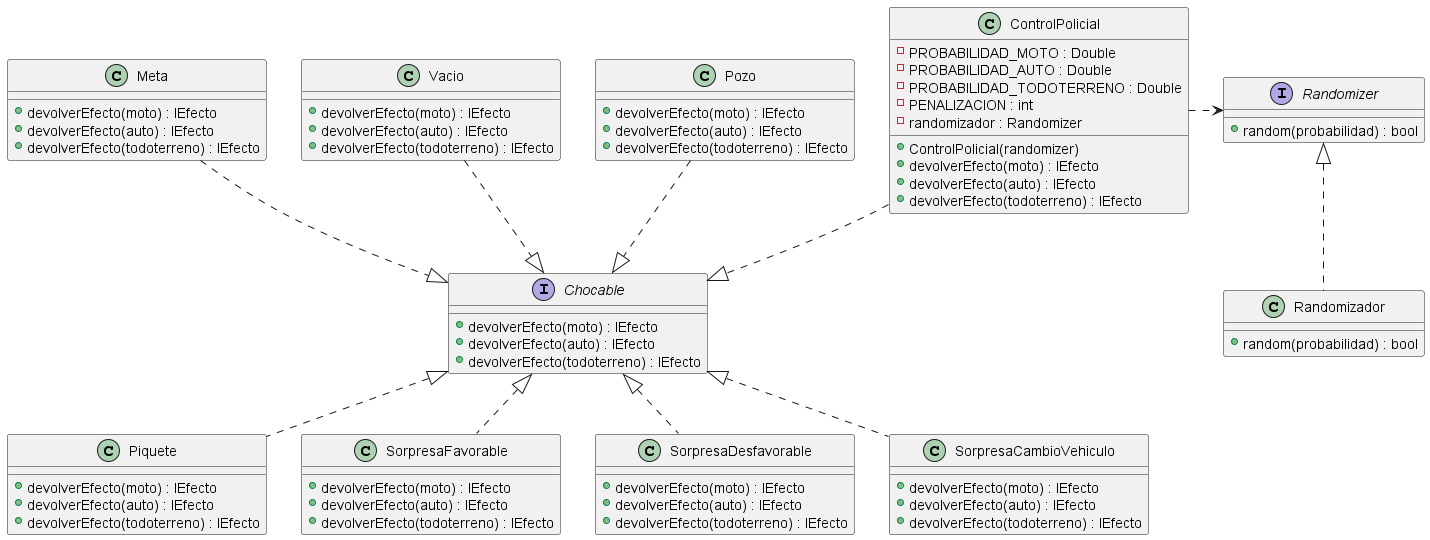
Before: diagrams/classes/diagrama_chocables.png, a diagram exported from PlantUML (NestorPala/T17-GPSChallenge). Its source is kept beside it as diagrams/classes/diagrama_chocables.puml. Its diagram source:
```plantuml
@startuml

interface Chocable {
    + devolverEfecto(moto) : IEfecto
    + devolverEfecto(auto) : IEfecto
    + devolverEfecto(todoterreno) : IEfecto
}

class Pozo {
    +  devolverEfecto(moto) : IEfecto
    +  devolverEfecto(auto) : IEfecto
    +  devolverEfecto(todoterreno) : IEfecto
}

class Vacio {
    +  devolverEfecto(moto) : IEfecto
    +  devolverEfecto(auto) : IEfecto
    +  devolverEfecto(todoterreno) : IEfecto
}

class Piquete {
    +  devolverEfecto(moto) : IEfecto
    +  devolverEfecto(auto) : IEfecto
    +  devolverEfecto(todoterreno) : IEfecto
}

class ControlPolicial {
    -  PROBABILIDAD_MOTO : Double
    -  PROBABILIDAD_AUTO : Double
    -  PROBABILIDAD_TODOTERRENO : Double
    -  PENALIZACION : int
    -  randomizador : Randomizer
    +  ControlPolicial(randomizer)
    +  devolverEfecto(moto) : IEfecto
    +  devolverEfecto(auto) : IEfecto
    +  devolverEfecto(todoterreno) : IEfecto
}

class SorpresaFavorable {
    +  devolverEfecto(moto) : IEfecto
    +  devolverEfecto(auto) : IEfecto
    +  devolverEfecto(todoterreno) : IEfecto
}

class SorpresaDesfavorable {
    +  devolverEfecto(moto) : IEfecto
    +  devolverEfecto(auto) : IEfecto
    +  devolverEfecto(todoterreno) : IEfecto
}

class SorpresaCambioVehiculo {
    +  devolverEfecto(moto) : IEfecto
    +  devolverEfecto(auto) : IEfecto
    +  devolverEfecto(todoterreno) : IEfecto
}

class Meta {
    +  devolverEfecto(moto) : IEfecto
    +  devolverEfecto(auto) : IEfecto
    +  devolverEfecto(todoterreno) : IEfecto
}

interface Randomizer {
    + random(probabilidad) : bool
}

class Randomizador {
    + random(probabilidad) : bool
}

Chocable <|.up. Pozo
Chocable <|.. Piquete
Chocable <|.up. Vacio
ControlPolicial ..|> Chocable
Chocable <|.. SorpresaFavorable
Chocable <|.. SorpresaDesfavorable
Chocable <|.. SorpresaCambioVehiculo
Chocable <|.up. Meta
ControlPolicial .> Randomizer
Randomizer <|.. Randomizador


@enduml
```
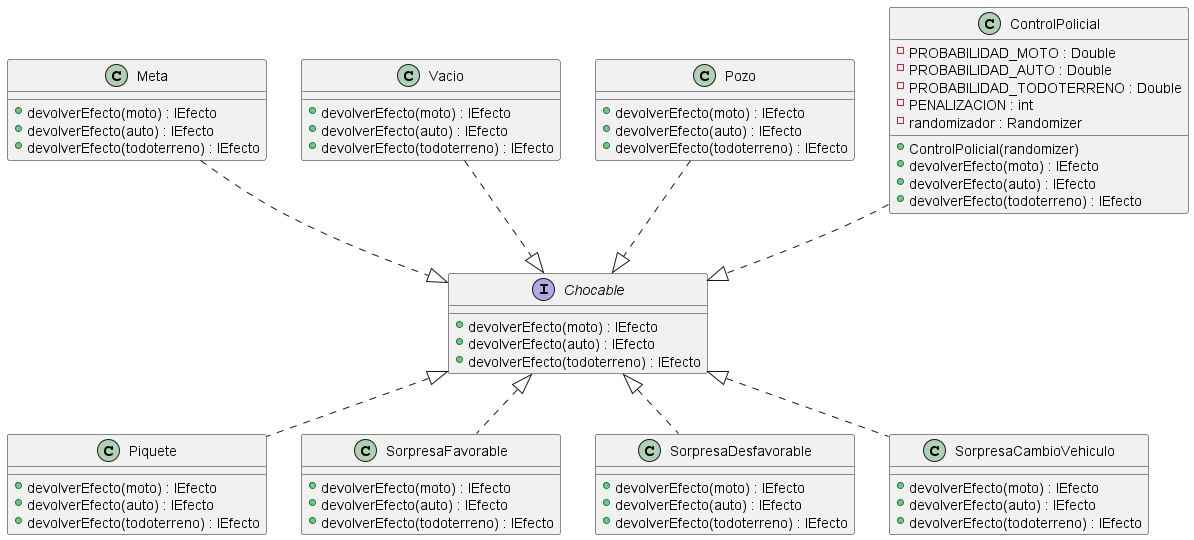
After the commit.

Commit message:
modifico diagrama de clases (ControlPolicial)

The edit, as a diff of the source:
```diff
@@ -60,13 +60,7 @@
     +  devolverEfecto(todoterreno) : IEfecto
 }
 
-interface Randomizer {
-    + random(probabilidad) : bool
-}
 
-class Randomizador {
-    + random(probabilidad) : bool
-}
 
 Chocable <|.up. Pozo
 Chocable <|.. Piquete
@@ -76,8 +70,7 @@
 Chocable <|.. SorpresaDesfavorable
 Chocable <|.. SorpresaCambioVehiculo
 Chocable <|.up. Meta
-ControlPolicial .> Randomizer
-Randomizer <|.. Randomizador
+
 
 
 @enduml
```
